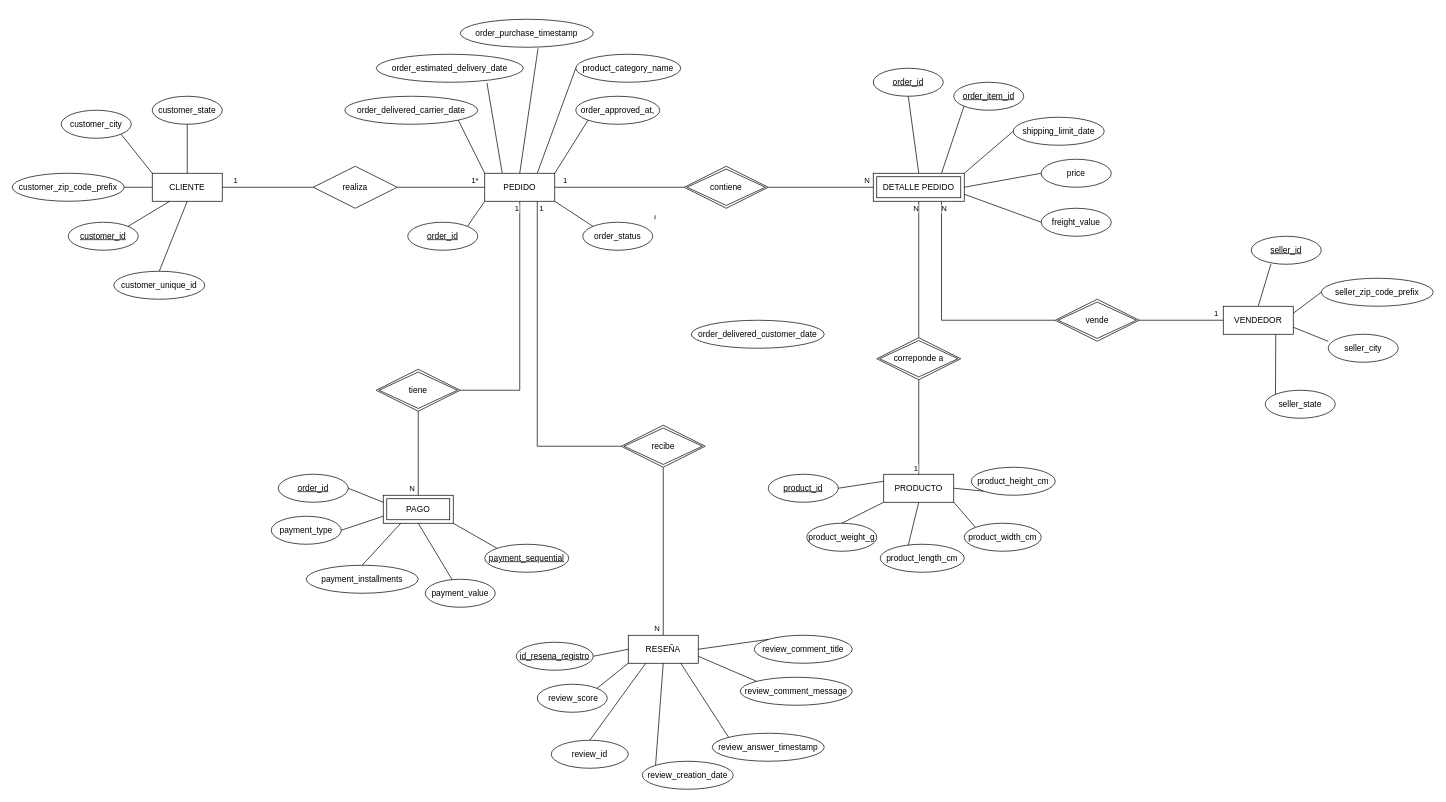
JahirFz/Mapas keeps this draw.io diagram as diagrama_er_in.drawio. Above is the earlier version. Source tidied: cells renumbered, new cells numbered last; positions are measured from the earlier drawing's top-left corner, leaving out a move shared by most shapes. Both pictures are drawn from the tidied source at 70%, with x=0, y=0 at pixel (12, 19).
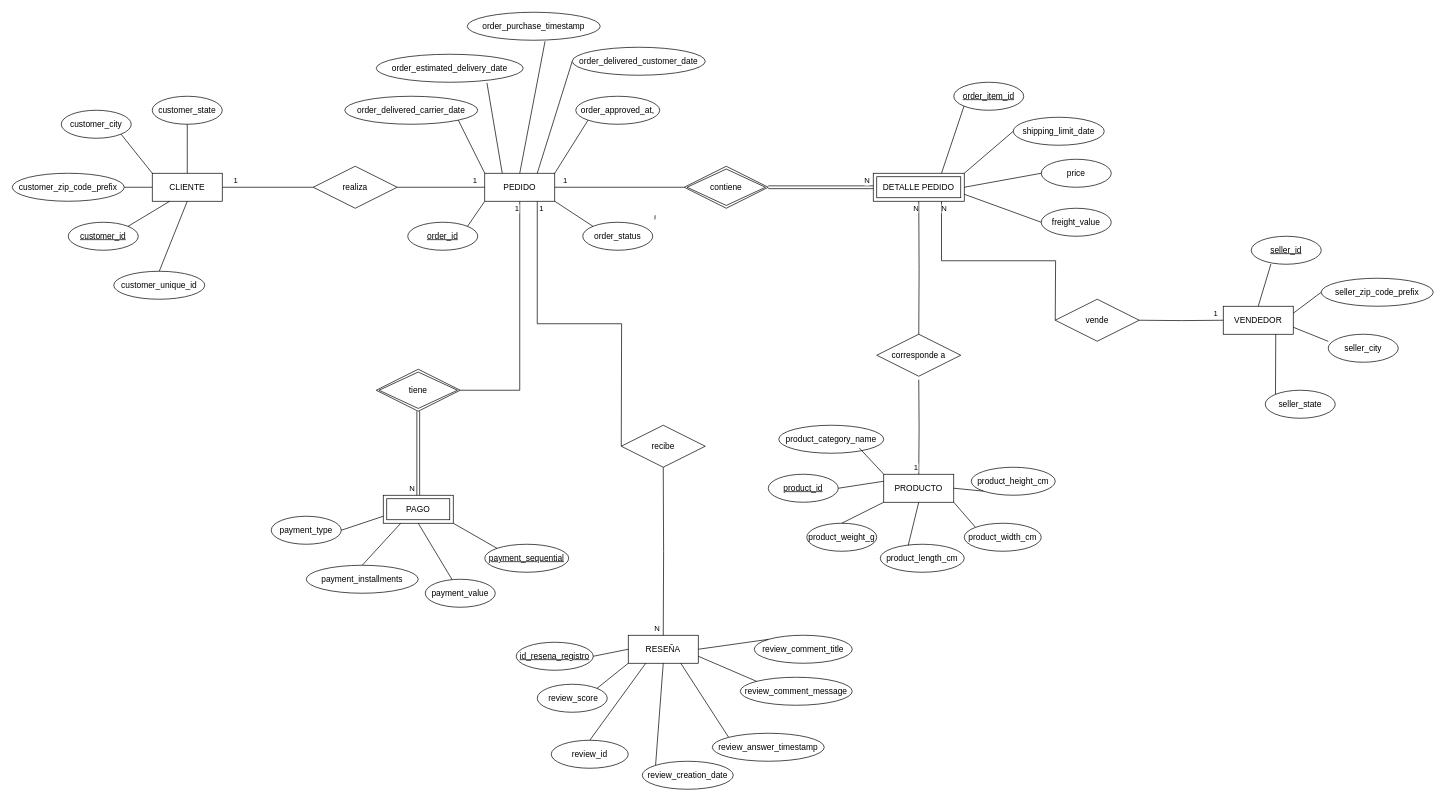
The same page after the edit.

Unchanged cells that the change refers to:
```xml
<mxCell id="2" style="edgeStyle=orthogonalEdgeStyle;rounded=0;jettySize=auto;html=1;exitX=1;exitY=0.5;exitDx=0;exitDy=0;entryX=0;entryY=0.5;entryDx=0;entryDy=0;endArrow=none;endFill=0;startArrow=none;startFill=0;" parent="1" edge="1" source="5" target="38">
  <mxGeometry relative="1" as="geometry" />
</mxCell>
<mxCell id="15" value="PEDIDO" style="whiteSpace=wrap;html=1;align=center;" parent="1" vertex="1">
  <mxGeometry x="675" y="220" width="100" height="40" as="geometry" />
</mxCell>
<mxCell id="26" value="DETALLE PEDIDO" style="shape=ext;margin=3;double=1;whiteSpace=wrap;html=1;align=center;" parent="1" vertex="1">
  <mxGeometry x="1230" y="220" width="130" height="40" as="geometry" />
</mxCell>
<mxCell id="36" value="contiene" style="shape=rhombus;double=1;perimeter=rhombusPerimeter;whiteSpace=wrap;html=1;align=center;" parent="1" vertex="1">
  <mxGeometry x="960" y="210" width="120" height="60" as="geometry" />
</mxCell>
<mxCell id="39" value="PRODUCTO" style="whiteSpace=wrap;html=1;align=center;" parent="1" vertex="1">
  <mxGeometry x="1245" y="650" width="100" height="40" as="geometry" />
</mxCell>
<mxCell id="46" value="VENDEDOR" style="whiteSpace=wrap;html=1;align=center;" parent="1" vertex="1">
  <mxGeometry x="1730" y="410" width="100" height="40" as="geometry" />
</mxCell>
<mxCell id="51" value="PAGO" style="shape=ext;margin=3;double=1;whiteSpace=wrap;html=1;align=center;" parent="1" vertex="1">
  <mxGeometry x="530" y="680" width="100" height="40" as="geometry" />
</mxCell>
<mxCell id="57" value="RESEÑA" style="whiteSpace=wrap;html=1;align=center;" parent="1" vertex="1">
  <mxGeometry x="880" y="880" width="100" height="40" as="geometry" />
</mxCell>
<mxCell id="80" value="tiene" style="shape=rhombus;double=1;perimeter=rhombusPerimeter;whiteSpace=wrap;html=1;align=center;" parent="1" vertex="1">
  <mxGeometry x="520" y="500" width="120" height="60" as="geometry" />
</mxCell>
```

What changed in the source:
```diff
@@
-    <mxCell id="4" value="1*" style="edgeLabel;html=1;align=center;verticalAlign=middle;" parent="2" vertex="1">
+    <mxCell id="4" value="1" style="edgeLabel;html=1;align=center;verticalAlign=middle;" parent="2" vertex="1">
       <mxGeometry x="-0.72" y="1" relative="1" as="geometry">
         <mxPoint x="342" y="-9" as="offset" />
       </mxGeometry>
     </mxCell>
@@
-    <mxCell id="13" style="edgeStyle=orthogonalEdgeStyle;rounded=0;jettySize=auto;html=1;exitX=0.75;exitY=1;exitDx=0;exitDy=0;entryX=0;entryY=0.5;entryDx=0;entryDy=0;endArrow=none;endFill=0;" parent="1" edge="1" source="15" target="83">
-      <mxGeometry relative="1" as="geometry" />
+    <mxCell id="13" style="edgeStyle=orthogonalEdgeStyle;rounded=0;jettySize=auto;html=1;exitX=0.75;exitY=1;exitDx=0;exitDy=0;entryX=0;entryY=0.5;entryDx=0;entryDy=0;endArrow=none;endFill=0;" parent="1" edge="1" source="15">
+      <mxGeometry relative="1" as="geometry">
+        <mxPoint x="870" y="610" as="targetPoint" />
+      </mxGeometry>
     </mxCell>
@@
     <mxCell id="18" value="order_purchase_timestamp" style="ellipse;whiteSpace=wrap;html=1;align=center;" parent="1" vertex="1">
-      <mxGeometry x="640" width="190" height="40" as="geometry" />
+      <mxGeometry x="650" y="-10" width="190" height="40" as="geometry" />
     </mxCell>
@@
+    <mxCell id="117" style="rounded=0;jettySize=auto;html=1;exitX=0;exitY=0.5;exitDx=0;exitDy=0;entryX=0.75;entryY=0;entryDx=0;entryDy=0;endArrow=none;endFill=0;" parent="1" edge="1" source="21" target="15">
+      <mxGeometry relative="1" as="geometry" />
+    </mxCell>
     <mxCell id="21" value="order_delivered_customer_date" style="ellipse;whiteSpace=wrap;html=1;align=center;" parent="1" vertex="1">
-      <mxGeometry x="970" y="430" width="190" height="40" as="geometry" />
+      <mxGeometry x="800" y="40" width="190" height="40" as="geometry" />
     </mxCell>
@@
-    <mxCell id="24" style="edgeStyle=orthogonalEdgeStyle;rounded=0;jettySize=auto;html=1;exitX=0.75;exitY=1;exitDx=0;exitDy=0;entryX=0;entryY=0.5;entryDx=0;entryDy=0;endArrow=none;endFill=0;" parent="1" edge="1" source="26" target="77">
-      <mxGeometry relative="1" as="geometry" />
+    <mxCell id="24" style="edgeStyle=orthogonalEdgeStyle;rounded=0;jettySize=auto;html=1;exitX=0.75;exitY=1;exitDx=0;exitDy=0;entryX=0;entryY=0.5;entryDx=0;entryDy=0;endArrow=none;endFill=0;" parent="1" edge="1" source="26">
+      <mxGeometry relative="1" as="geometry">
+        <mxPoint x="1490" y="430" as="targetPoint" />
+      </mxGeometry>
     </mxCell>
@@
-    <mxCell id="27" value="&lt;strong&gt;&lt;/strong&gt;order_id" style="ellipse;whiteSpace=wrap;html=1;align=center;fontStyle=20;" parent="1" vertex="1">
-      <mxGeometry x="1230" y="70" width="100" height="40" as="geometry" />
-    </mxCell>
@@
-    <mxCell id="32" style="edgeStyle=orthogonalEdgeStyle;rounded=0;jettySize=auto;html=1;exitX=0;exitY=0.5;exitDx=0;exitDy=0;entryX=1;entryY=0.5;entryDx=0;entryDy=0;endArrow=none;endFill=0;" parent="1" edge="1" source="36" target="15">
+    <mxCell id="32" style="rounded=0;jettySize=auto;html=1;exitX=0;exitY=0.5;exitDx=0;exitDy=0;entryX=1;entryY=0.5;entryDx=0;entryDy=0;endArrow=none;endFill=0;" parent="1" edge="1" source="36" target="15">
       <mxGeometry relative="1" as="geometry" />
     </mxCell>
@@
-    <mxCell id="34" style="edgeStyle=orthogonalEdgeStyle;rounded=0;jettySize=auto;html=1;exitX=1;exitY=0.5;exitDx=0;exitDy=0;entryX=0;entryY=0.5;entryDx=0;entryDy=0;endArrow=none;endFill=0;" parent="1" edge="1" source="36" target="26">
+    <mxCell id="34" style="edgeStyle=orthogonalEdgeStyle;rounded=0;jettySize=auto;html=1;exitX=1;exitY=0.5;exitDx=0;exitDy=0;entryX=0;entryY=0.5;entryDx=0;entryDy=0;endArrow=none;endFill=0;shape=link;" parent="1" edge="1" source="36" target="26">
       <mxGeometry relative="1" as="geometry" />
     </mxCell>
@@
     <mxCell id="40" value="product_category_name" style="ellipse;whiteSpace=wrap;html=1;align=center;" parent="1" vertex="1">
-      <mxGeometry x="805" y="50" width="150" height="40" as="geometry" />
+      <mxGeometry x="1095" y="580" width="150" height="40" as="geometry" />
     </mxCell>
@@
-    <mxCell id="52" value="&lt;strong&gt;&lt;/strong&gt;order_id" style="ellipse;whiteSpace=wrap;html=1;align=center;fontStyle=20;" parent="1" vertex="1">
-      <mxGeometry x="380" y="650" width="100" height="40" as="geometry" />
-    </mxCell>
@@
-    <mxCell id="70" style="edgeStyle=orthogonalEdgeStyle;rounded=0;jettySize=auto;html=1;exitX=0.5;exitY=0;exitDx=0;exitDy=0;entryX=0.5;entryY=1;entryDx=0;entryDy=0;endArrow=none;endFill=0;" parent="1" edge="1" source="74" target="26">
-      <mxGeometry relative="1" as="geometry" />
+    <mxCell id="70" style="edgeStyle=orthogonalEdgeStyle;rounded=0;jettySize=auto;html=1;exitX=0.5;exitY=0;exitDx=0;exitDy=0;entryX=0.5;entryY=1;entryDx=0;entryDy=0;endArrow=none;endFill=0;" parent="1" edge="1" target="26">
+      <mxGeometry relative="1" as="geometry">
+        <mxPoint x="1295" y="455" as="sourcePoint" />
+      </mxGeometry>
     </mxCell>
@@
-    <mxCell id="72" style="edgeStyle=orthogonalEdgeStyle;rounded=0;jettySize=auto;html=1;exitX=0.5;exitY=1;exitDx=0;exitDy=0;entryX=0.5;entryY=0;entryDx=0;entryDy=0;endArrow=none;endFill=0;" parent="1" edge="1" source="74" target="39">
-      <mxGeometry relative="1" as="geometry" />
+    <mxCell id="72" style="edgeStyle=orthogonalEdgeStyle;rounded=0;jettySize=auto;html=1;exitX=0.5;exitY=1;exitDx=0;exitDy=0;entryX=0.5;entryY=0;entryDx=0;entryDy=0;endArrow=none;endFill=0;" parent="1" edge="1" target="39">
+      <mxGeometry relative="1" as="geometry">
+        <mxPoint x="1295" y="515" as="sourcePoint" />
+      </mxGeometry>
     </mxCell>
@@
-    <mxCell id="74" value="correponde a" style="shape=rhombus;double=1;perimeter=rhombusPerimeter;whiteSpace=wrap;html=1;align=center;" parent="1" vertex="1">
-      <mxGeometry x="1235" y="455" width="120" height="60" as="geometry" />
-    </mxCell>
-    <mxCell id="75" style="edgeStyle=orthogonalEdgeStyle;rounded=0;jettySize=auto;html=1;exitX=1;exitY=0.5;exitDx=0;exitDy=0;entryX=0;entryY=0.5;entryDx=0;entryDy=0;endArrow=none;endFill=0;" parent="1" edge="1" source="77" target="46">
-      <mxGeometry relative="1" as="geometry" />
+    <mxCell id="75" style="edgeStyle=orthogonalEdgeStyle;rounded=0;jettySize=auto;html=1;exitX=1;exitY=0.5;exitDx=0;exitDy=0;entryX=0;entryY=0.5;entryDx=0;entryDy=0;endArrow=none;endFill=0;" parent="1" edge="1" target="46">
+      <mxGeometry relative="1" as="geometry">
+        <mxPoint x="1610" y="430" as="sourcePoint" />
+      </mxGeometry>
     </mxCell>
@@
-    <mxCell id="77" value="vende" style="shape=rhombus;double=1;perimeter=rhombusPerimeter;whiteSpace=wrap;html=1;align=center;" parent="1" vertex="1">
-      <mxGeometry x="1490" y="400" width="120" height="60" as="geometry" />
-    </mxCell>
-    <mxCell id="78" style="edgeStyle=orthogonalEdgeStyle;rounded=0;jettySize=auto;html=1;exitX=0.5;exitY=1;exitDx=0;exitDy=0;entryX=0.5;entryY=0;entryDx=0;entryDy=0;endArrow=none;endFill=0;" parent="1" edge="1" source="80" target="51">
+    <mxCell id="78" style="edgeStyle=orthogonalEdgeStyle;rounded=0;jettySize=auto;html=1;exitX=0.5;exitY=1;exitDx=0;exitDy=0;entryX=0.5;entryY=0;entryDx=0;entryDy=0;endArrow=none;endFill=0;shape=link;" parent="1" edge="1" source="80" target="51">
       <mxGeometry relative="1" as="geometry" />
     </mxCell>
@@
-    <mxCell id="81" style="edgeStyle=orthogonalEdgeStyle;rounded=0;jettySize=auto;html=1;exitX=0.5;exitY=1;exitDx=0;exitDy=0;entryX=0.5;entryY=0;entryDx=0;entryDy=0;endArrow=none;endFill=0;" parent="1" edge="1" source="83" target="57">
-      <mxGeometry relative="1" as="geometry" />
+    <mxCell id="81" style="edgeStyle=orthogonalEdgeStyle;rounded=0;jettySize=auto;html=1;exitX=0.5;exitY=1;exitDx=0;exitDy=0;entryX=0.5;entryY=0;entryDx=0;entryDy=0;endArrow=none;endFill=0;" parent="1" edge="1" target="57">
+      <mxGeometry relative="1" as="geometry">
+        <mxPoint x="930" y="640" as="sourcePoint" />
+      </mxGeometry>
     </mxCell>
@@
-    <mxCell id="83" value="recibe" style="shape=rhombus;double=1;perimeter=rhombusPerimeter;whiteSpace=wrap;html=1;align=center;" parent="1" vertex="1">
-      <mxGeometry x="870" y="580" width="120" height="60" as="geometry" />
-    </mxCell>
@@
-    <mxCell id="87" style="endArrow=none;html=1;rounded=0;entryX=0;entryY=0.5;entryDx=0;entryDy=0;exitX=0.75;exitY=0;exitDx=0;exitDy=0;" parent="1" edge="1" source="15" target="40">
-      <mxGeometry relative="1" as="geometry" />
-    </mxCell>
@@
-    <mxCell id="91" style="endArrow=none;html=1;rounded=0;entryX=0.5;entryY=1;entryDx=0;entryDy=0;exitX=0.5;exitY=0;exitDx=0;exitDy=0;" parent="1" edge="1" source="26" target="27">
-      <mxGeometry relative="1" as="geometry" />
-    </mxCell>
@@
-    <mxCell id="112" style="endArrow=none;html=1;rounded=0;entryX=0;entryY=0.25;entryDx=0;entryDy=0;exitX=1;exitY=0.5;exitDx=0;exitDy=0;" parent="1" edge="1" source="52" target="51">
-      <mxGeometry relative="1" as="geometry" />
-    </mxCell>
@@
+    <mxCell id="118" style="rounded=0;jettySize=auto;html=1;exitX=0;exitY=0;exitDx=0;exitDy=0;entryX=0.767;entryY=0.813;entryDx=0;entryDy=0;entryPerimeter=0;endArrow=none;endFill=0;" parent="1" edge="1" source="39" target="40">
+      <mxGeometry relative="1" as="geometry" />
+    </mxCell>
+    <mxCell id="77" value="vende" style="shape=rhombus;perimeter=rhombusPerimeter;whiteSpace=wrap;html=1;align=center;" parent="1" vertex="1">
+      <mxGeometry x="1490" y="400" width="120" height="60" as="geometry" />
+    </mxCell>
+    <mxCell id="119" value="corresponde a" style="shape=rhombus;perimeter=rhombusPerimeter;whiteSpace=wrap;html=1;align=center;" parent="1" vertex="1">
+      <mxGeometry x="1235" y="450" width="120" height="60" as="geometry" />
+    </mxCell>
+    <mxCell id="83" value="recibe" style="shape=rhombus;perimeter=rhombusPerimeter;whiteSpace=wrap;html=1;align=center;" parent="1" vertex="1">
+      <mxGeometry x="870" y="580" width="120" height="60" as="geometry" />
+    </mxCell>
```
